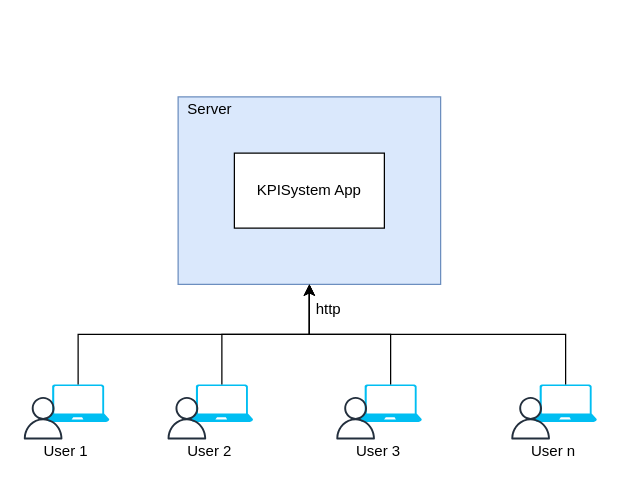
This is page "System Architecture" (4 of 5) of Diagrams.drawio from FaisZ/KPISystem, a draw.io file, before an edit. Source tidied: cells renumbered, new cells numbered last; positions are measured from the earlier drawing's top-left corner, leaving out a move shared by most shapes. Both pictures are drawn from the tidied source at 125%, with x=0, y=0 at pixel (21, 96).
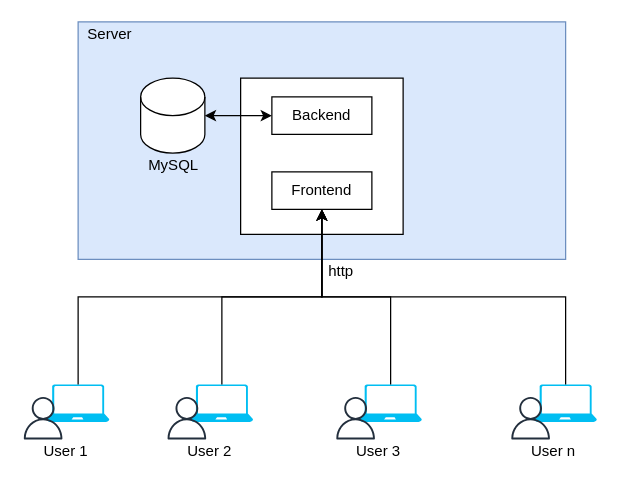
The same page after the edit.

The change refers to these unchanged cells:
```xml
<mxCell id="4" style="verticalLabelPosition=bottom;html=1;verticalAlign=top;align=center;strokeColor=none;fillColor=#00BEF2;shape=mxgraph.azure.laptop;" parent="3" vertex="1">
  <mxGeometry x="20" width="50" height="30" as="geometry" />
</mxCell>
<mxCell id="12" style="verticalLabelPosition=bottom;html=1;verticalAlign=top;align=center;strokeColor=none;fillColor=#00BEF2;shape=mxgraph.azure.laptop;" parent="11" vertex="1">
  <mxGeometry x="20" width="50" height="30" as="geometry" />
</mxCell>
<mxCell id="17" style="verticalLabelPosition=bottom;html=1;verticalAlign=top;align=center;strokeColor=none;fillColor=#00BEF2;shape=mxgraph.azure.laptop;" parent="16" vertex="1">
  <mxGeometry x="20" width="50" height="30" as="geometry" />
</mxCell>
<mxCell id="22" style="verticalLabelPosition=bottom;html=1;verticalAlign=top;align=center;strokeColor=none;fillColor=#00BEF2;shape=mxgraph.azure.laptop;" parent="21" vertex="1">
  <mxGeometry x="20" width="50" height="30" as="geometry" />
</mxCell>
```

What changed in the source:
```diff
@@
     <mxCell id="7" style="rounded=0;whiteSpace=wrap;html=1;fillColor=#dae8fc;strokeColor=#6c8ebf;" parent="1" vertex="1">
-      <mxGeometry x="125" width="210" height="150" as="geometry" />
+      <mxGeometry x="45" y="-60" width="390" height="190" as="geometry" />
     </mxCell>
-    <mxCell id="8" value="KPISystem App" style="rounded=0;whiteSpace=wrap;html=1;" parent="1" vertex="1">
-      <mxGeometry x="170" y="45" width="120" height="60" as="geometry" />
+    <mxCell id="8" style="rounded=0;whiteSpace=wrap;html=1;" parent="1" vertex="1">
+      <mxGeometry x="175" y="-15" width="130" height="125" as="geometry" />
     </mxCell>
     <mxCell id="9" value="Server" style="text;html=1;align=center;verticalAlign=middle;strokeColor=none;fillColor=none;" parent="1" vertex="1">
-      <mxGeometry x="125" width="50" height="20" as="geometry" />
+      <mxGeometry x="45" y="-60" width="50" height="20" as="geometry" />
     </mxCell>
@@
-    <mxCell id="25" style="edgeStyle=orthogonalEdgeStyle;rounded=0;jettySize=auto;html=1;exitX=0.5;exitY=0;exitDx=0;exitDy=0;exitPerimeter=0;entryX=0.5;entryY=1;entryDx=0;entryDy=0;endArrow=classic;endFill=1;" parent="1" edge="1" source="22" target="7">
+    <mxCell id="25" style="edgeStyle=orthogonalEdgeStyle;rounded=0;jettySize=auto;html=1;exitX=0.5;exitY=0;exitDx=0;exitDy=0;exitPerimeter=0;entryX=0.5;entryY=1;entryDx=0;entryDy=0;endArrow=classic;endFill=1;" parent="1" edge="1" source="22" target="30">
       <mxGeometry x="-0.02" relative="1" as="geometry" />
     </mxCell>
-    <mxCell id="26" style="edgeStyle=orthogonalEdgeStyle;rounded=0;jettySize=auto;html=1;exitX=0.5;exitY=0;exitDx=0;exitDy=0;exitPerimeter=0;entryX=0.5;entryY=1;entryDx=0;entryDy=0;endArrow=classic;endFill=1;" parent="1" edge="1" source="17" target="7">
+    <mxCell id="26" style="edgeStyle=orthogonalEdgeStyle;rounded=0;jettySize=auto;html=1;exitX=0.5;exitY=0;exitDx=0;exitDy=0;exitPerimeter=0;entryX=0.5;entryY=1;entryDx=0;entryDy=0;endArrow=classic;endFill=1;" parent="1" edge="1" source="17" target="30">
       <mxGeometry relative="1" as="geometry" />
     </mxCell>
-    <mxCell id="27" style="edgeStyle=orthogonalEdgeStyle;rounded=0;jettySize=auto;html=1;exitX=0.5;exitY=0;exitDx=0;exitDy=0;exitPerimeter=0;entryX=0.5;entryY=1;entryDx=0;entryDy=0;endArrow=classic;endFill=1;" parent="1" edge="1" source="12" target="7">
+    <mxCell id="27" style="edgeStyle=orthogonalEdgeStyle;rounded=0;jettySize=auto;html=1;exitX=0.5;exitY=0;exitDx=0;exitDy=0;exitPerimeter=0;entryX=0.5;entryY=1;entryDx=0;entryDy=0;endArrow=classic;endFill=1;" parent="1" edge="1" source="12" target="30">
       <mxGeometry relative="1" as="geometry" />
     </mxCell>
-    <mxCell id="28" style="edgeStyle=orthogonalEdgeStyle;rounded=0;jettySize=auto;html=1;exitX=0.5;exitY=0;exitDx=0;exitDy=0;exitPerimeter=0;entryX=0.5;entryY=1;entryDx=0;entryDy=0;endArrow=classic;endFill=1;" parent="1" edge="1" source="4" target="7">
+    <mxCell id="28" style="edgeStyle=orthogonalEdgeStyle;rounded=0;jettySize=auto;html=1;exitX=0.5;exitY=0;exitDx=0;exitDy=0;exitPerimeter=0;entryX=0.5;entryY=1;entryDx=0;entryDy=0;endArrow=classic;endFill=1;" parent="1" edge="1" source="4" target="30">
       <mxGeometry relative="1" as="geometry" />
     </mxCell>
     <mxCell id="29" value="http" style="text;html=1;align=center;verticalAlign=middle;strokeColor=none;fillColor=none;" parent="1" vertex="1">
-      <mxGeometry x="225" y="160" width="40" height="20" as="geometry" />
+      <mxGeometry x="235" y="130" width="40" height="20" as="geometry" />
     </mxCell>
+    <mxCell id="30" value="Frontend" style="rounded=0;whiteSpace=wrap;html=1;" parent="1" vertex="1">
+      <mxGeometry x="200" y="60" width="80" height="30" as="geometry" />
+    </mxCell>
+    <mxCell id="31" value="Backend" style="rounded=0;whiteSpace=wrap;html=1;" parent="1" vertex="1">
+      <mxGeometry x="200" width="80" height="30" as="geometry" />
+    </mxCell>
+    <mxCell id="32" style="edgeStyle=orthogonalEdgeStyle;rounded=0;jettySize=auto;html=1;exitX=1;exitY=0.5;exitDx=0;exitDy=0;exitPerimeter=0;entryX=0;entryY=0.5;entryDx=0;entryDy=0;startArrow=classic;startFill=1;" parent="1" edge="1" source="33" target="31">
+      <mxGeometry relative="1" as="geometry" />
+    </mxCell>
+    <mxCell id="33" style="shape=cylinder3;whiteSpace=wrap;html=1;boundedLbl=1;backgroundOutline=1;size=15;" parent="1" vertex="1">
+      <mxGeometry x="95" y="-15" width="51.4" height="60" as="geometry" />
+    </mxCell>
+    <mxCell id="34" value="MySQL" style="text;html=1;align=center;verticalAlign=middle;strokeColor=none;fillColor=none;" parent="1" vertex="1">
+      <mxGeometry x="90.7" y="45" width="60" height="20" as="geometry" />
+    </mxCell>
```
